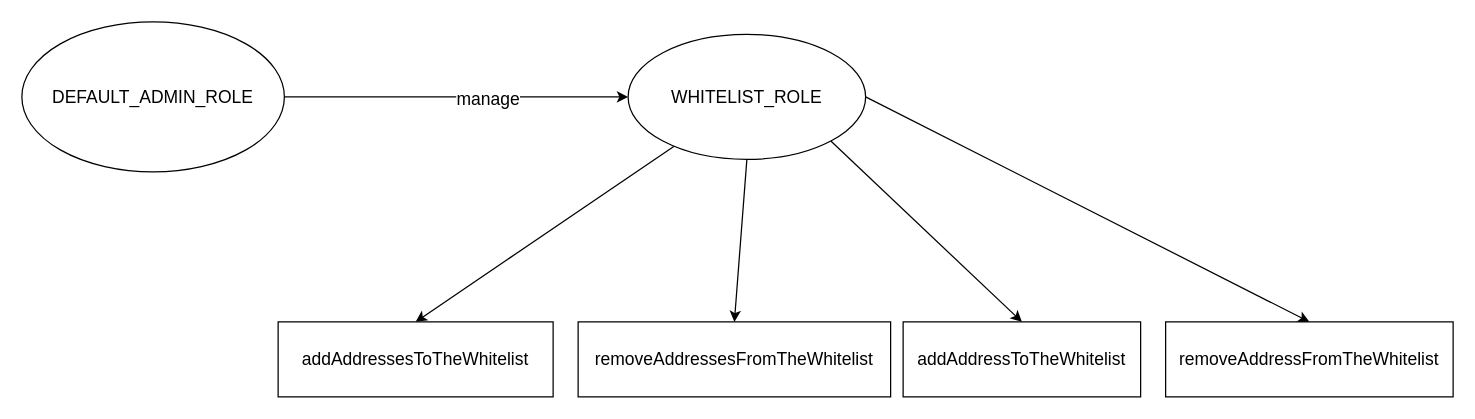
This is page "RuleWhitelist" (2 of 3) of doc/accessControl/access-control.drawio from CMTA/RuleEngine, a draw.io file, before an edit. Source tidied: cells renumbered, new cells numbered last; positions are measured from the earlier drawing's top-left corner, leaving out a move shared by most shapes. Both pictures are drawn from the tidied source at 125%, with x=0, y=0 at pixel (21, 21).
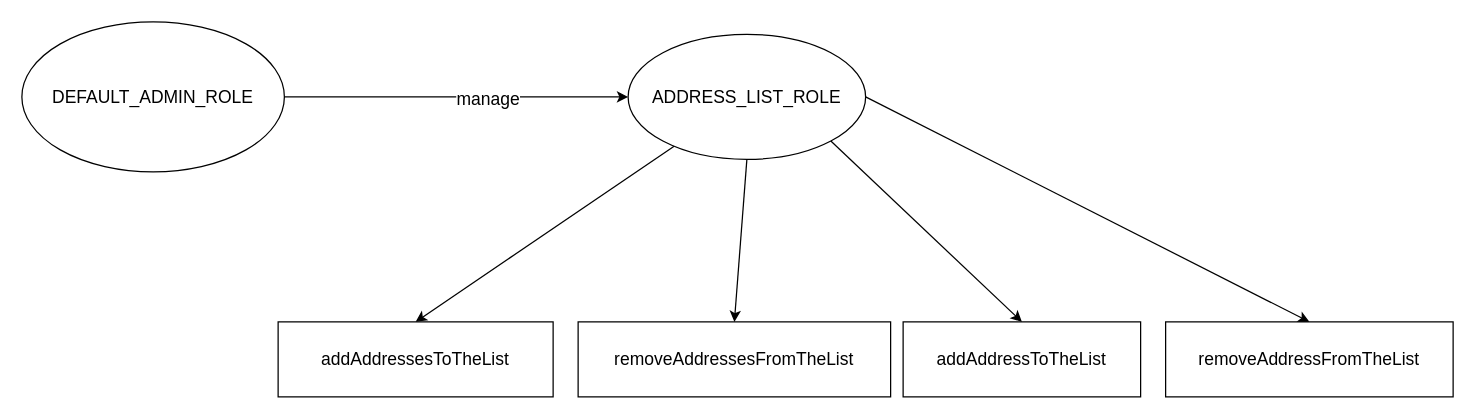
Above is the later version.

The edit, as a diff of the source:
```diff
@@
 <mxGraphModel>
   <root>
     <mxCell id="0" />
     <mxCell id="1" parent="0" />
     <mxCell id="2" value="DEFAULT_ADMIN_ROLE" style="ellipse;whiteSpace=wrap;html=1;fontSize=14;" parent="1" vertex="1">
       <mxGeometry width="210" height="120" as="geometry" />
     </mxCell>
-    <mxCell id="3" value="WHITELIST_ROLE" style="ellipse;whiteSpace=wrap;html=1;fontSize=14;" parent="1" vertex="1">
+    <mxCell id="3" value="ADDRESS_LIST_ROLE" style="ellipse;whiteSpace=wrap;html=1;fontSize=14;" parent="1" vertex="1">
       <mxGeometry x="485" y="10" width="190" height="100" as="geometry" />
     </mxCell>
-    <mxCell id="4" value="addAddressesToTheWhitelist" style="rounded=0;whiteSpace=wrap;html=1;fontSize=14;" parent="1" vertex="1">
+    <mxCell id="4" value="addAddressesToTheList" style="rounded=0;whiteSpace=wrap;html=1;fontSize=14;" parent="1" vertex="1">
       <mxGeometry x="205" y="240" width="220" height="60" as="geometry" />
     </mxCell>
-    <mxCell id="5" value="removeAddressesFromTheWhitelist" style="rounded=0;whiteSpace=wrap;html=1;fontSize=14;" parent="1" vertex="1">
+    <mxCell id="5" value="removeAddressesFromTheList" style="rounded=0;whiteSpace=wrap;html=1;fontSize=14;" parent="1" vertex="1">
       <mxGeometry x="445" y="240" width="250" height="60" as="geometry" />
     </mxCell>
-    <mxCell id="6" value="addAddressToTheWhitelist" style="rounded=0;whiteSpace=wrap;html=1;fontSize=14;" parent="1" vertex="1">
+    <mxCell id="6" value="addAddressToTheList" style="rounded=0;whiteSpace=wrap;html=1;fontSize=14;" parent="1" vertex="1">
       <mxGeometry x="705" y="240" width="190" height="60" as="geometry" />
     </mxCell>
-    <mxCell id="7" value="removeAddressFromTheWhitelist" style="rounded=0;whiteSpace=wrap;html=1;fontSize=14;" parent="1" vertex="1">
+    <mxCell id="7" value="removeAddressFromTheList" style="rounded=0;whiteSpace=wrap;html=1;fontSize=14;" parent="1" vertex="1">
       <mxGeometry x="915" y="240" width="230" height="60" as="geometry" />
     </mxCell>
     <mxCell id="8" style="endArrow=classic;html=1;rounded=0;entryX=0.5;entryY=0;entryDx=0;entryDy=0;fontSize=14;" parent="1" edge="1" source="3" target="4">
       <mxGeometry relative="1" as="geometry" />
     </mxCell>
     <mxCell id="9" style="endArrow=classic;html=1;rounded=0;fontSize=14;exitX=0.5;exitY=1;exitDx=0;exitDy=0;entryX=0.5;entryY=0;entryDx=0;entryDy=0;" parent="1" edge="1" source="3" target="5">
       <mxGeometry relative="1" as="geometry" />
     </mxCell>
     <mxCell id="10" style="endArrow=classic;html=1;rounded=0;fontSize=14;exitX=1;exitY=1;exitDx=0;exitDy=0;entryX=0.5;entryY=0;entryDx=0;entryDy=0;" parent="1" edge="1" source="3" target="6">
       <mxGeometry relative="1" as="geometry" />
     </mxCell>
     <mxCell id="11" style="endArrow=classic;html=1;rounded=0;fontSize=14;exitX=1;exitY=0.5;exitDx=0;exitDy=0;entryX=0.5;entryY=0;entryDx=0;entryDy=0;" parent="1" edge="1" source="3" target="7">
       <mxGeometry relative="1" as="geometry" />
     </mxCell>
     <mxCell id="12" style="endArrow=classic;html=1;rounded=0;fontSize=14;exitX=1;exitY=0.5;exitDx=0;exitDy=0;entryX=0;entryY=0.5;entryDx=0;entryDy=0;" parent="1" edge="1" source="2" target="3">
       <mxGeometry relative="1" as="geometry" />
     </mxCell>
     <mxCell id="13" value="manage" style="edgeLabel;html=1;align=center;verticalAlign=middle;fontSize=14;" parent="12" vertex="1">
       <mxGeometry x="0.18" relative="1" as="geometry">
         <mxPoint y="1" as="offset" />
       </mxGeometry>
     </mxCell>
   </root>
 </mxGraphModel>
```
